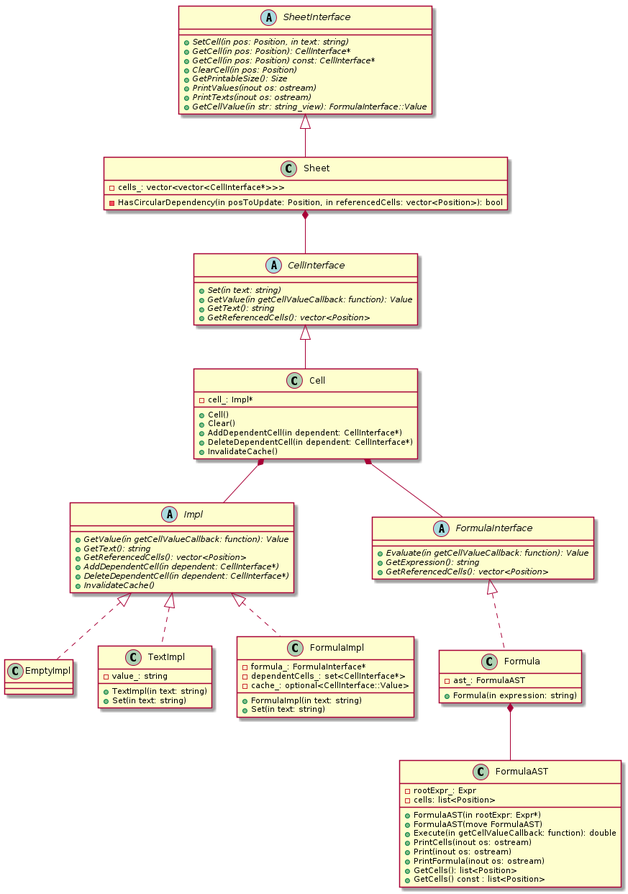
The PlantUML diagram uml/png/table.png in kazarynau/YandexPraktikumFinal, before a commit.
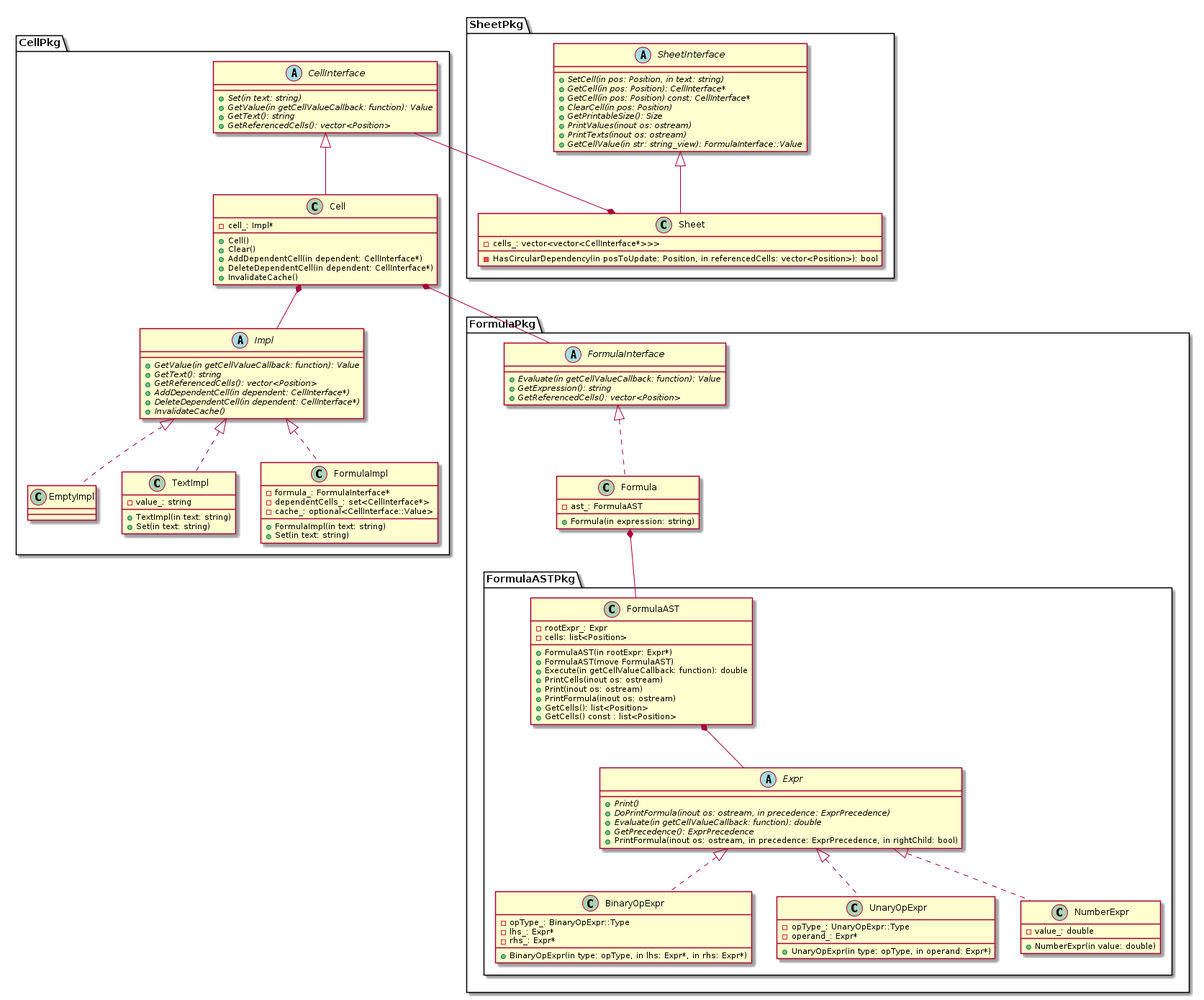
After the commit.

What changed in the source:
```diff
@@ -1,5 +1,6 @@
 @startuml
 
+package CellPkg {
 
 abstract class Impl {
     +{abstract} GetValue(in getCellValueCallback: function): Value
@@ -51,6 +52,9 @@
 class Cell extends CellInterface
 Cell *-r- Impl
 
+}
+
+package SheetPkg {
 
 abstract class SheetInterface {
     +{abstract} SetCell(in pos: Position, in text: string)
@@ -70,6 +74,11 @@
 
 class Sheet extends SheetInterface
 
+}
+
+package FormulaPkg {
+
+package FormulaASTPkg {
 
 abstract class Expr {
     +{abstract} Print()
@@ -117,6 +126,7 @@
 
 FormulaAST *-r- Expr
 
+}
 
 abstract class FormulaInterface {
     +{abstract} Evaluate(in getCellValueCallback: function): Value
@@ -132,13 +142,10 @@
 class Formula implements FormulaInterface
 Formula *-r- FormulaAST
 
+}
 
 Cell *-r- FormulaInterface
-Sheet *-r- CellInterface
+Sheet *-l- CellInterface
 
-remove Expr
-remove BinaryOpExpr
-remove UnaryOpExpr
-remove NumberExpr
 
 @enduml
```
